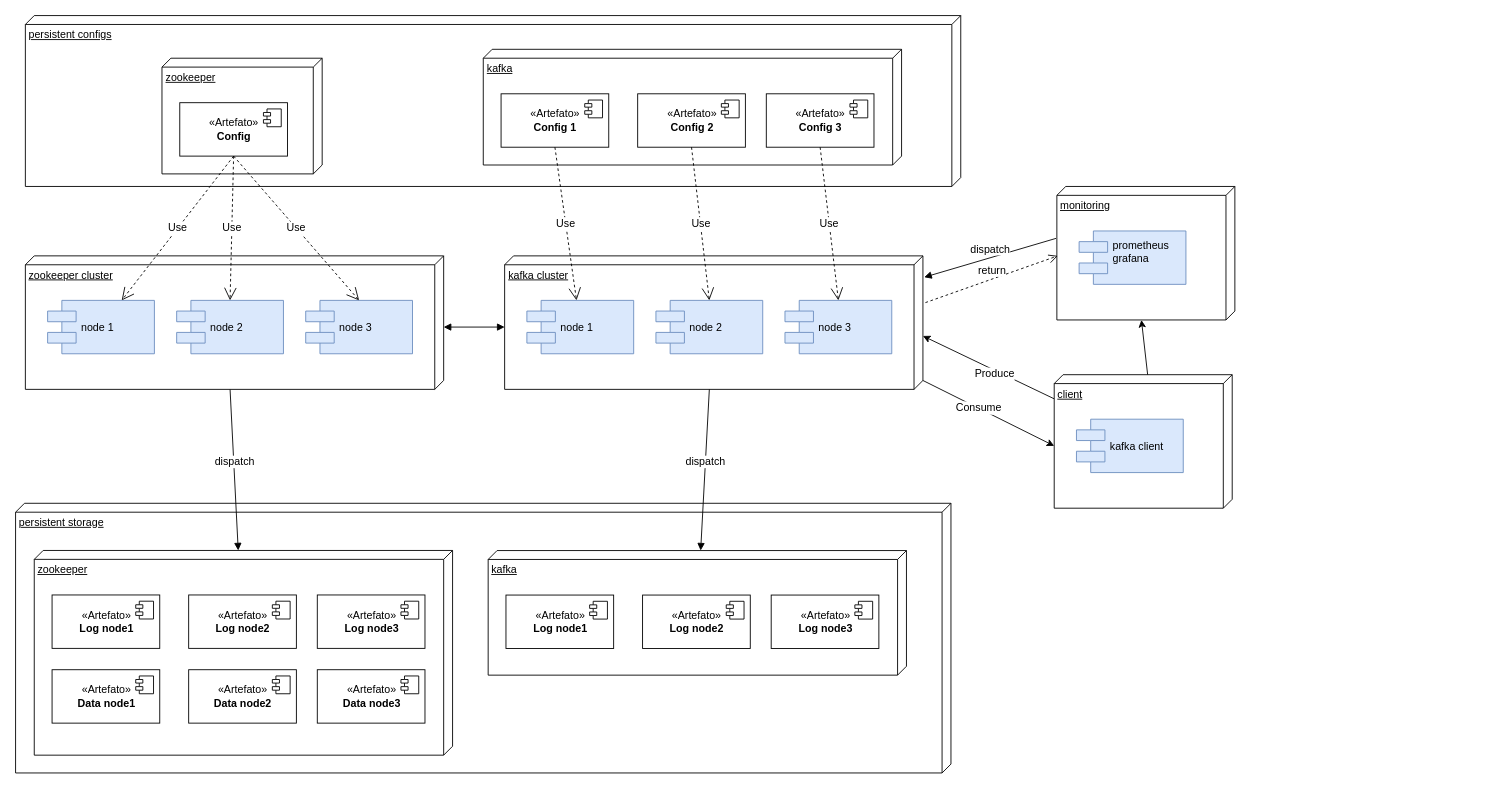
This is plano/images/2019-05-22-diagrama-implementacao.drawio from flinox/kafka-cluster, a draw.io file, before an edit. Source tidied: cells renumbered, new cells numbered last; positions are measured from the earlier drawing's top-left corner, leaving out a move shared by most shapes. Both pictures are drawn from the tidied source at 89%, with x=0, y=0 at pixel (15, 15).
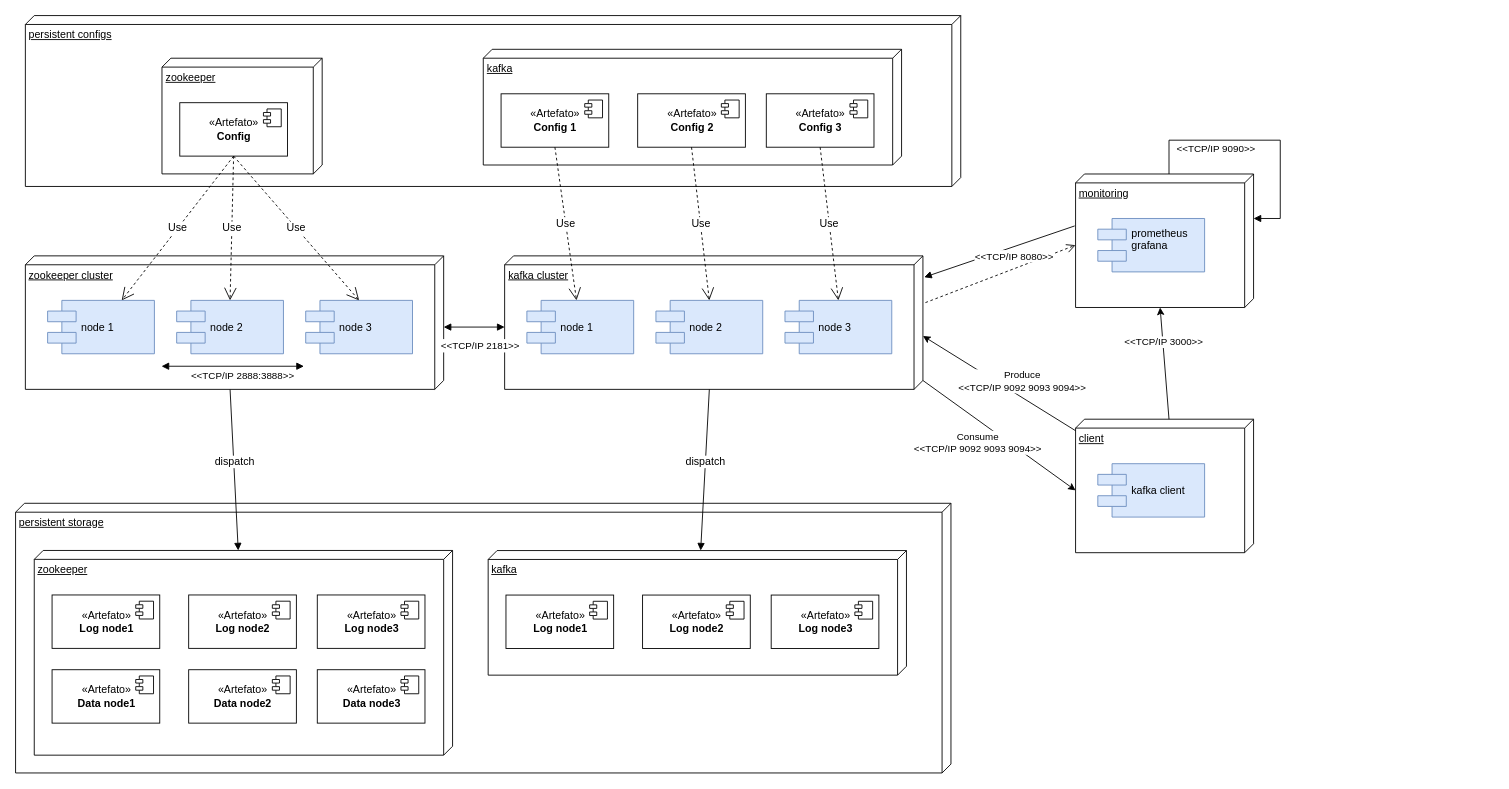
The same page after the edit.

Commit message (it also covers changes not shown here):
Update diagrama de implementacao

The change refers to these unchanged cells:
```xml
<mxCell id="27" style="group;" parent="1" vertex="1">
  <mxGeometry x="11" y="270" width="470" height="150" as="geometry" />
</mxCell>
<mxCell id="33" value="kafka cluster" style="verticalAlign=top;align=left;spacingTop=8;spacingLeft=2;spacingRight=12;shape=cube;size=10;direction=south;fontStyle=4;html=1;fontFamily=Helvetica;fontSize=12;" parent="32" vertex="1">
  <mxGeometry width="470" height="150" as="geometry" />
</mxCell>
<mxCell id="57" style="endArrow=block;startArrow=block;endFill=1;startFill=1;html=1;fontFamily=Helvetica;fontSize=12;entryX=0;entryY=0;entryDx=80;entryDy=470.00000000000006;entryPerimeter=0;" parent="1" edge="1" target="33">
  <mxGeometry relative="1" as="geometry">
    <mxPoint x="481" y="350" as="sourcePoint" />
  </mxGeometry>
</mxCell>
<mxCell id="59" value="monitoring" style="verticalAlign=top;align=left;spacingTop=8;spacingLeft=2;spacingRight=12;shape=cube;size=10;direction=south;fontStyle=4;html=1;fontFamily=Helvetica;fontSize=12;" parent="58" vertex="1">
  <mxGeometry width="200" height="150" as="geometry" />
</mxCell>
<mxCell id="66" style="endArrow=classic;html=1;fontFamily=Helvetica;fontSize=12;exitX=0;exitY=0;exitDx=0;exitDy=95;exitPerimeter=0;entryX=0;entryY=0;entryDx=150;entryDy=105;entryPerimeter=0;" parent="1" edge="1" source="64" target="59">
  <mxGeometry relative="1" as="geometry" />
</mxCell>
<mxCell id="67" style="endArrow=classic;html=1;fontFamily=Helvetica;fontSize=12;entryX=0.6;entryY=0;entryDx=0;entryDy=0;entryPerimeter=0;" parent="1" edge="1" source="64" target="33">
  <mxGeometry relative="1" as="geometry" />
</mxCell>
<mxCell id="69" style="endArrow=classic;html=1;fontFamily=Helvetica;fontSize=12;entryX=0;entryY=0;entryDx=80;entryDy=200;entryPerimeter=0;exitX=0;exitY=0;exitDx=140;exitDy=0;exitPerimeter=0;" parent="1" edge="1" source="33" target="64">
  <mxGeometry relative="1" as="geometry" />
</mxCell>
```

Diff of the diagram source:
```diff
@@
+    <mxCell id="71" style="endArrow=block;startArrow=block;endFill=1;startFill=1;html=1;fontSize=11;" parent="27" edge="1">
+      <mxGeometry relative="1" as="geometry">
+        <mxPoint x="153" y="124" as="sourcePoint" />
+        <mxPoint x="313" y="124" as="targetPoint" />
+      </mxGeometry>
+    </mxCell>
+    <mxCell id="72" value="&lt;div&gt;&lt;div&gt;&lt;span&gt;&amp;lt;&amp;lt;TCP/IP 2888:3888&amp;gt;&amp;gt;&lt;/span&gt;&lt;/div&gt;&lt;/div&gt;" style="text;html=1;align=center;verticalAlign=middle;labelBackgroundColor=#ffffff;fontSize=11;" parent="71" vertex="1">
+      <mxGeometry x="0.24" y="3" relative="1" as="geometry">
+        <mxPoint x="-9" y="13" as="offset" />
+      </mxGeometry>
+    </mxCell>
@@
+    <mxCell id="73" value="&lt;div&gt;&lt;font style=&quot;font-size: 11px&quot;&gt;&amp;lt;&amp;lt;TCP/IP 2181&amp;gt;&amp;gt;&lt;/font&gt;&lt;/div&gt;" style="text;html=1;align=center;verticalAlign=middle;labelBackgroundColor=#ffffff;" parent="57" vertex="1">
+      <mxGeometry x="0.36" y="2" relative="1" as="geometry">
+        <mxPoint x="-7" y="22" as="offset" />
+      </mxGeometry>
+    </mxCell>
     <mxCell id="58" style="group;" parent="1" vertex="1">
-      <mxGeometry x="1170" y="192" width="470" height="150" as="geometry" />
+      <mxGeometry x="1191" y="178" width="470" height="150" as="geometry" />
     </mxCell>
@@
+    <mxCell id="74" value="&amp;lt;&amp;lt;TCP/IP 9090&amp;gt;&amp;gt;" style="edgeStyle=orthogonalEdgeStyle;html=1;align=left;spacingLeft=2;endArrow=block;rounded=0;fontSize=11;exitX=0;exitY=0;exitDx=0;exitDy=95;exitPerimeter=0;" parent="58" edge="1" source="59" target="59">
+      <mxGeometry x="-0.8" y="-5" relative="1" as="geometry">
+        <Array as="points">
+          <mxPoint x="105" y="-38" />
+          <mxPoint x="230" y="-38" />
+          <mxPoint x="230" y="50" />
+        </Array>
+      </mxGeometry>
+    </mxCell>
-    <mxCell id="61" value="return" style="html=1;verticalAlign=bottom;endArrow=open;dashed=1;endSize=8;fontFamily=Helvetica;fontSize=12;exitX=0.35;exitY=-0.006;exitDx=0;exitDy=0;exitPerimeter=0;" parent="1" edge="1" source="33">
-      <mxGeometry relative="1" as="geometry">
-        <mxPoint x="1171" y="270" as="targetPoint" />
-      </mxGeometry>
+    <mxCell id="61" style="html=1;verticalAlign=bottom;endArrow=open;dashed=1;endSize=8;fontFamily=Helvetica;fontSize=12;exitX=0.35;exitY=-0.006;exitDx=0;exitDy=0;exitPerimeter=0;entryX=0;entryY=0;entryDx=80;entryDy=200;entryPerimeter=0;" parent="1" edge="1" source="33" target="59">
+      <mxGeometry relative="1" as="geometry" />
     </mxCell>
-    <mxCell id="62" value="dispatch" style="html=1;verticalAlign=bottom;endArrow=block;fontFamily=Helvetica;fontSize=12;exitX=0.389;exitY=1.005;exitDx=0;exitDy=0;exitPerimeter=0;entryX=0.16;entryY=-0.003;entryDx=0;entryDy=0;entryPerimeter=0;" parent="1" edge="1" source="59" target="33">
-      <mxGeometry relative="1" as="geometry" />
+    <mxCell id="62" value="&lt;font style=&quot;font-size: 11px&quot;&gt;&amp;lt;&amp;lt;TCP/IP 8080&amp;gt;&amp;gt;&lt;/font&gt;" style="html=1;verticalAlign=bottom;endArrow=block;fontFamily=Helvetica;fontSize=12;exitX=0.389;exitY=1.005;exitDx=0;exitDy=0;exitPerimeter=0;entryX=0.16;entryY=-0.003;entryDx=0;entryDy=0;entryPerimeter=0;" parent="1" edge="1" source="59" target="33">
+      <mxGeometry x="-0.11" y="19" relative="1" as="geometry">
+        <mxPoint x="1" as="offset" />
+      </mxGeometry>
     </mxCell>
     <mxCell id="63" style="group;" parent="1" vertex="1">
-      <mxGeometry x="1167" y="403.5" width="470" height="150" as="geometry" />
+      <mxGeometry x="1191" y="453.5" width="470" height="150" as="geometry" />
     </mxCell>
@@
+    <mxCell id="75" value="&amp;lt;&amp;lt;TCP/IP 3000&amp;gt;&amp;gt;" style="text;html=1;align=center;verticalAlign=middle;labelBackgroundColor=#ffffff;fontSize=11;" parent="66" vertex="1">
+      <mxGeometry x="0.39" relative="1" as="geometry" />
+    </mxCell>
@@
-    <mxCell id="68" value="Produce" style="text;html=1;align=center;verticalAlign=middle;labelBackgroundColor=#ffffff;fontSize=12;fontFamily=Helvetica;" parent="67" vertex="1">
+    <mxCell id="68" value="Produce&lt;br style=&quot;font-size: 11px;&quot;&gt;&amp;lt;&amp;lt;TCP/IP 9092 9093 9094&amp;gt;&amp;gt;" style="text;html=1;align=center;verticalAlign=middle;labelBackgroundColor=#ffffff;fontSize=11;fontFamily=Helvetica;" parent="67" vertex="1">
       <mxGeometry x="-0.55" relative="1" as="geometry">
-        <mxPoint x="-34" y="-12" as="offset" />
+        <mxPoint x="-22" y="-32.5" as="offset" />
       </mxGeometry>
     </mxCell>
@@
-    <mxCell id="70" value="Consume" style="text;html=1;align=center;verticalAlign=middle;labelBackgroundColor=#ffffff;fontSize=12;fontFamily=Helvetica;" parent="69" vertex="1">
+    <mxCell id="70" value="Consume&lt;br style=&quot;font-size: 11px;&quot;&gt;&amp;lt;&amp;lt;TCP/IP 9092 9093 9094&amp;gt;&amp;gt;" style="text;html=1;align=center;verticalAlign=middle;labelBackgroundColor=#ffffff;fontSize=11;fontFamily=Helvetica;" parent="69" vertex="1">
       <mxGeometry x="-0.43" y="-4" relative="1" as="geometry">
-        <mxPoint x="21.5" y="5.5" as="offset" />
+        <mxPoint x="15" y="31.5" as="offset" />
       </mxGeometry>
     </mxCell>
```
